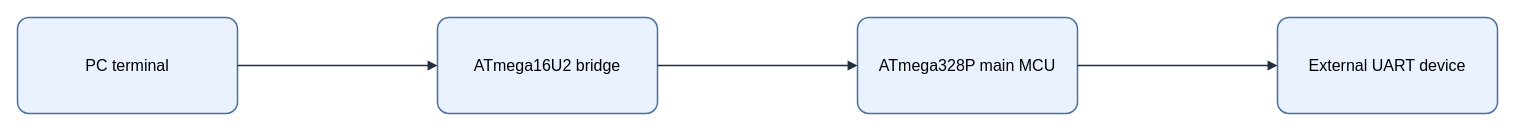
Before: assets/img/hardware/usb-serial-bridge-flow.drawio in KKamJi98/kkamji98.github.io, a draw.io diagram. Source tidied: cells renumbered, new cells numbered last; positions are measured from the earlier drawing's top-left corner, leaving out a move shared by most shapes. Both pictures are drawn from the tidied source at 100%, with x=0, y=0 at pixel (17, 17).
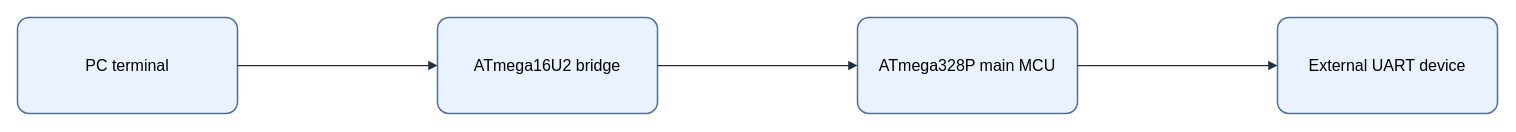
After the change.

Change to the diagram source:
```diff
@@
 <mxGraphModel background="#FFFFFF">
   <root>
     <mxCell id="0" />
     <mxCell id="1" parent="0" />
-    <mxCell id="2" value="&lt;font style=&quot;color: rgb(0, 0, 0);&quot;&gt;PC terminal&lt;/font&gt;" style="rounded=1;arcSize=12;whiteSpace=wrap;html=1;fillColor=#EAF2FF;strokeColor=#4A6FA5;strokeWidth=1.5;fontColor=#000000;fontSize=16;align=center;verticalAlign=middle;spacing=8;shadow=0;" parent="1" vertex="1">
+    <mxCell id="2" value="PC terminal" style="rounded=1;arcSize=12;whiteSpace=wrap;html=0;fillColor=#EAF2FF;strokeColor=#4A6FA5;strokeWidth=1.5;fontColor=#000000;fontSize=16;align=center;verticalAlign=middle;spacing=8;shadow=0;" parent="1" vertex="1">
       <mxGeometry width="220" height="96" as="geometry" />
     </mxCell>
-    <mxCell id="3" value="&lt;font style=&quot;color: rgb(0, 0, 0);&quot;&gt;ATmega16U2 bridge&lt;/font&gt;" style="rounded=1;arcSize=12;whiteSpace=wrap;html=1;fillColor=#EAF2FF;strokeColor=#4A6FA5;strokeWidth=1.5;fontColor=#000000;fontSize=16;align=center;verticalAlign=middle;spacing=8;shadow=0;" parent="1" vertex="1">
+    <mxCell id="3" value="ATmega16U2 bridge" style="rounded=1;arcSize=12;whiteSpace=wrap;html=0;fillColor=#EAF2FF;strokeColor=#4A6FA5;strokeWidth=1.5;fontColor=#000000;fontSize=16;align=center;verticalAlign=middle;spacing=8;shadow=0;" parent="1" vertex="1">
       <mxGeometry x="420" width="220" height="96" as="geometry" />
     </mxCell>
-    <mxCell id="4" value="&lt;font style=&quot;color: rgb(0, 0, 0);&quot;&gt;ATmega328P main MCU&lt;/font&gt;" style="rounded=1;arcSize=12;whiteSpace=wrap;html=1;fillColor=#EAF2FF;strokeColor=#4A6FA5;strokeWidth=1.5;fontColor=#000000;fontSize=16;align=center;verticalAlign=middle;spacing=8;shadow=0;" parent="1" vertex="1">
+    <mxCell id="4" value="ATmega328P main MCU" style="rounded=1;arcSize=12;whiteSpace=wrap;html=0;fillColor=#EAF2FF;strokeColor=#4A6FA5;strokeWidth=1.5;fontColor=#000000;fontSize=16;align=center;verticalAlign=middle;spacing=8;shadow=0;" parent="1" vertex="1">
       <mxGeometry x="840" width="220" height="96" as="geometry" />
     </mxCell>
-    <mxCell id="5" value="&lt;font style=&quot;color: rgb(0, 0, 0);&quot;&gt;External UART device&lt;/font&gt;" style="rounded=1;arcSize=12;whiteSpace=wrap;html=1;fillColor=#EAF2FF;strokeColor=#4A6FA5;strokeWidth=1.5;fontColor=#000000;fontSize=16;align=center;verticalAlign=middle;spacing=8;shadow=0;" parent="1" vertex="1">
+    <mxCell id="5" value="External UART device" style="rounded=1;arcSize=12;whiteSpace=wrap;html=0;fillColor=#EAF2FF;strokeColor=#4A6FA5;strokeWidth=1.5;fontColor=#000000;fontSize=16;align=center;verticalAlign=middle;spacing=8;shadow=0;" parent="1" vertex="1">
       <mxGeometry x="1260" width="220" height="96" as="geometry" />
     </mxCell>
-    <mxCell id="6" style="edgeStyle=orthogonalEdgeStyle;rounded=0;jettySize=auto;html=1;endArrow=block;endFill=1;strokeColor=#232F3E;strokeWidth=1.5;fontColor=#000000;labelBackgroundColor=none;exitX=1;exitY=0.5;exitDx=0;exitDy=0;entryX=0;entryY=0.5;entryDx=0;entryDy=0;" parent="1" edge="1" source="2" target="3">
+    <mxCell id="6" style="edgeStyle=orthogonalEdgeStyle;rounded=0;jettySize=auto;html=0;endArrow=block;endFill=1;strokeColor=#232F3E;strokeWidth=1.25;fontColor=#000000;labelBackgroundColor=none;exitX=1;exitY=0.5;exitDx=0;exitDy=0;entryX=0;entryY=0.5;entryDx=0;entryDy=0;" parent="1" edge="1" source="2" target="3">
       <mxGeometry relative="1" as="geometry" />
     </mxCell>
-    <mxCell id="7" style="edgeStyle=orthogonalEdgeStyle;rounded=0;jettySize=auto;html=1;endArrow=block;endFill=1;strokeColor=#232F3E;strokeWidth=1.5;fontColor=#000000;labelBackgroundColor=none;exitX=1;exitY=0.5;exitDx=0;exitDy=0;entryX=0;entryY=0.5;entryDx=0;entryDy=0;" parent="1" edge="1" source="3" target="4">
+    <mxCell id="7" style="edgeStyle=orthogonalEdgeStyle;rounded=0;jettySize=auto;html=0;endArrow=block;endFill=1;strokeColor=#232F3E;strokeWidth=1.25;fontColor=#000000;labelBackgroundColor=none;exitX=1;exitY=0.5;exitDx=0;exitDy=0;entryX=0;entryY=0.5;entryDx=0;entryDy=0;" parent="1" edge="1" source="3" target="4">
       <mxGeometry relative="1" as="geometry" />
     </mxCell>
-    <mxCell id="8" style="edgeStyle=orthogonalEdgeStyle;rounded=0;jettySize=auto;html=1;endArrow=block;endFill=1;strokeColor=#232F3E;strokeWidth=1.5;fontColor=#000000;labelBackgroundColor=none;exitX=1;exitY=0.5;exitDx=0;exitDy=0;entryX=0;entryY=0.5;entryDx=0;entryDy=0;" parent="1" edge="1" source="4" target="5">
+    <mxCell id="8" style="edgeStyle=orthogonalEdgeStyle;rounded=0;jettySize=auto;html=0;endArrow=block;endFill=1;strokeColor=#232F3E;strokeWidth=1.25;fontColor=#000000;labelBackgroundColor=none;exitX=1;exitY=0.5;exitDx=0;exitDy=0;entryX=0;entryY=0.5;entryDx=0;entryDy=0;" parent="1" edge="1" source="4" target="5">
       <mxGeometry relative="1" as="geometry" />
     </mxCell>
   </root>
 </mxGraphModel>
```
